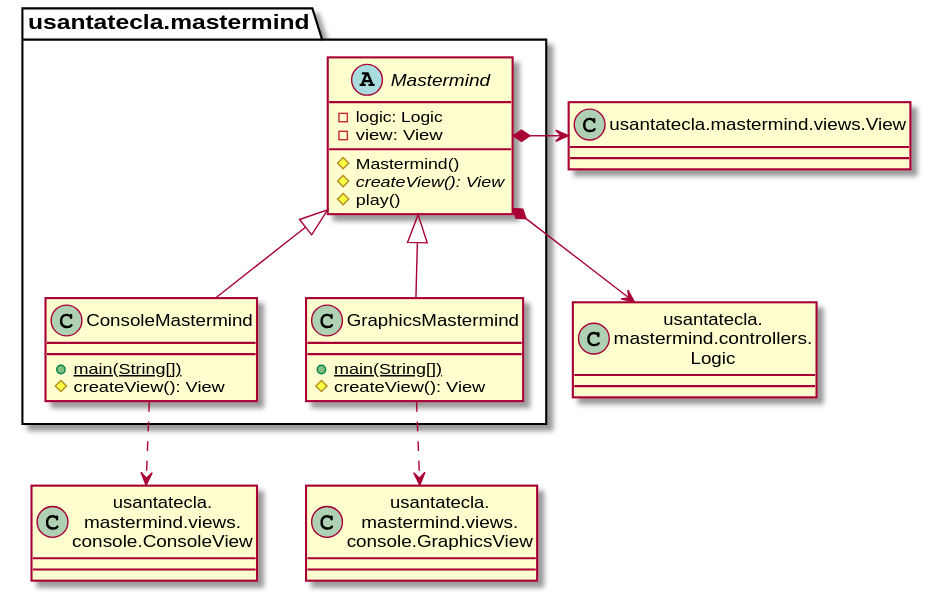
SantaTecla-mastermind/solution.java.swing.socket.sql keeps this PlantUML diagram as modelViewPresenter/presentationModel/withoutDoubleDispatching/docs/diagrams/out/paquetes/mastermind.svg. Above is the earlier version. The source it was exported from:
```plantuml
@startuml
class ConsoleView as "usantatecla.\nmastermind.views.\nconsole.ConsoleView"
class GraphicsView as "usantatecla.\nmastermind.views.\nconsole.GraphicsView"
class Logic as "usantatecla.\nmastermind.controllers.\nLogic"

class  usantatecla.mastermind.ConsoleMastermind{
+ {static} main(String[])
# createView(): View
}
usantatecla.mastermind.Mastermind <|-down- usantatecla.mastermind.ConsoleMastermind

class  usantatecla.mastermind.GraphicsMastermind{
+ {static} main(String[])
# createView(): View
}
usantatecla.mastermind.Mastermind <|-down- usantatecla.mastermind.GraphicsMastermind

abstract class  usantatecla.mastermind.Mastermind{
- logic: Logic
- view: View
# Mastermind()
# {abstract} createView(): View
# play()
}

class View as "usantatecla.mastermind.views.View" {


}
usantatecla.mastermind.GraphicsMastermind ..> GraphicsView
usantatecla.mastermind.Mastermind *-> View
usantatecla.mastermind.ConsoleMastermind ..> ConsoleView
usantatecla.mastermind.Mastermind *-down-> Logic
@enduml
```
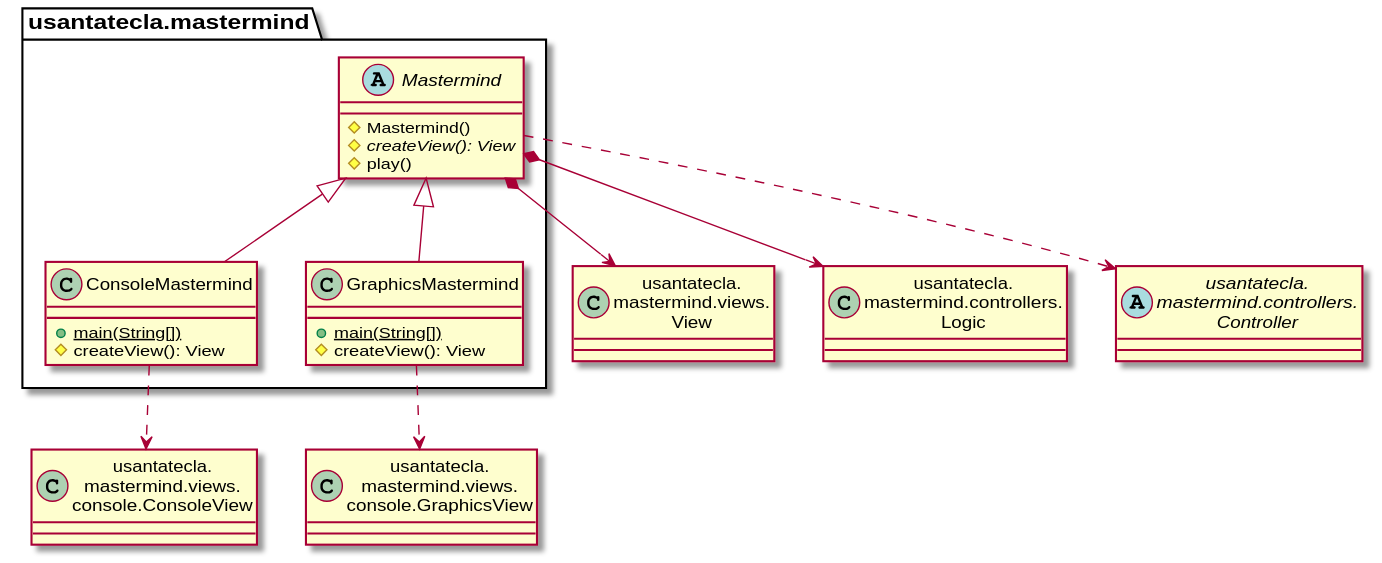
After the commit.

Change to the diagram source:
```diff
@@ -1,34 +1,31 @@
 @startuml
+class View as "usantatecla.\nmastermind.views.\nView"
 class ConsoleView as "usantatecla.\nmastermind.views.\nconsole.ConsoleView"
 class GraphicsView as "usantatecla.\nmastermind.views.\nconsole.GraphicsView"
 class Logic as "usantatecla.\nmastermind.controllers.\nLogic"
+abstract class Controller as "usantatecla.\nmastermind.controllers.\nController"
+
 
 class  usantatecla.mastermind.ConsoleMastermind{
-+ {static} main(String[])
-# createView(): View
+    + {static} main(String[])
+    # createView(): View
 }
 usantatecla.mastermind.Mastermind <|-down- usantatecla.mastermind.ConsoleMastermind
+usantatecla.mastermind.ConsoleMastermind .down.> ConsoleView
 
 class  usantatecla.mastermind.GraphicsMastermind{
-+ {static} main(String[])
-# createView(): View
+    + {static} main(String[])
+    # createView(): View
 }
 usantatecla.mastermind.Mastermind <|-down- usantatecla.mastermind.GraphicsMastermind
+usantatecla.mastermind.GraphicsMastermind .down.> GraphicsView
 
 abstract class  usantatecla.mastermind.Mastermind{
-- logic: Logic
-- view: View
-# Mastermind()
-# {abstract} createView(): View
-# play()
+    # Mastermind()
+    # {abstract} createView(): View
+    # play()
 }
-
-class View as "usantatecla.mastermind.views.View" {
-
-
-}
-usantatecla.mastermind.GraphicsMastermind ..> GraphicsView
-usantatecla.mastermind.Mastermind *-> View
-usantatecla.mastermind.ConsoleMastermind ..> ConsoleView
+usantatecla.mastermind.Mastermind *-down-> View
 usantatecla.mastermind.Mastermind *-down-> Logic
+usantatecla.mastermind.Mastermind .down.> Controller
 @enduml
```
